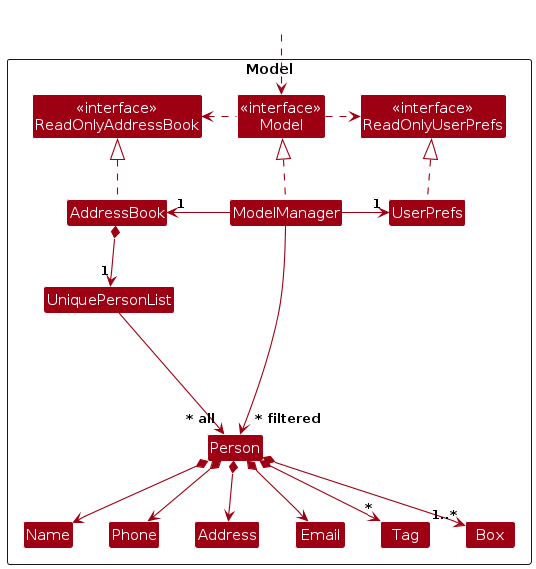
Above: diagrams/ModelClassDiagram.png in AY2526S2-CS2103T-T08-3/tp (PlantUML), before the change. Its source is kept beside it as diagrams/ModelClassDiagram.puml.
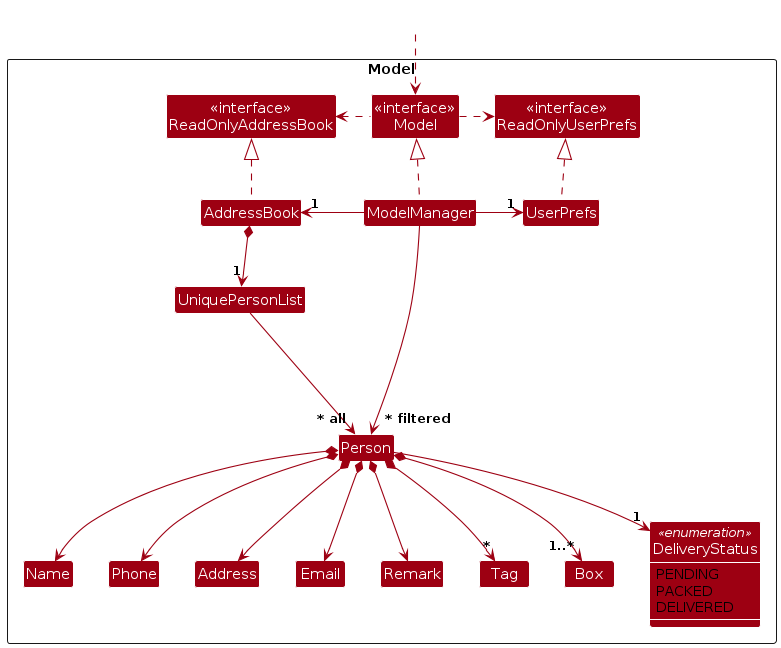
The same file after the commit.

The edit, as a diff of the source:
```diff
@@ -18,8 +18,17 @@
 Class Email
 Class Name
 Class Phone
+Class Remark
 Class Tag
 Class Box
+
+enum DeliveryStatus <<enumeration>> {
+    PENDING
+    PACKED
+    DELIVERED
+}
+
+show DeliveryStatus members
 
 Class I #FFFFFF
 }
@@ -42,6 +51,8 @@
 Person *--> Phone
 Person *--> Email
 Person *--> Address
+Person *--> Remark
+Person --> "1" DeliveryStatus
 Person *--> "*" Tag
 Person *--> "1..*" Box
 
```
